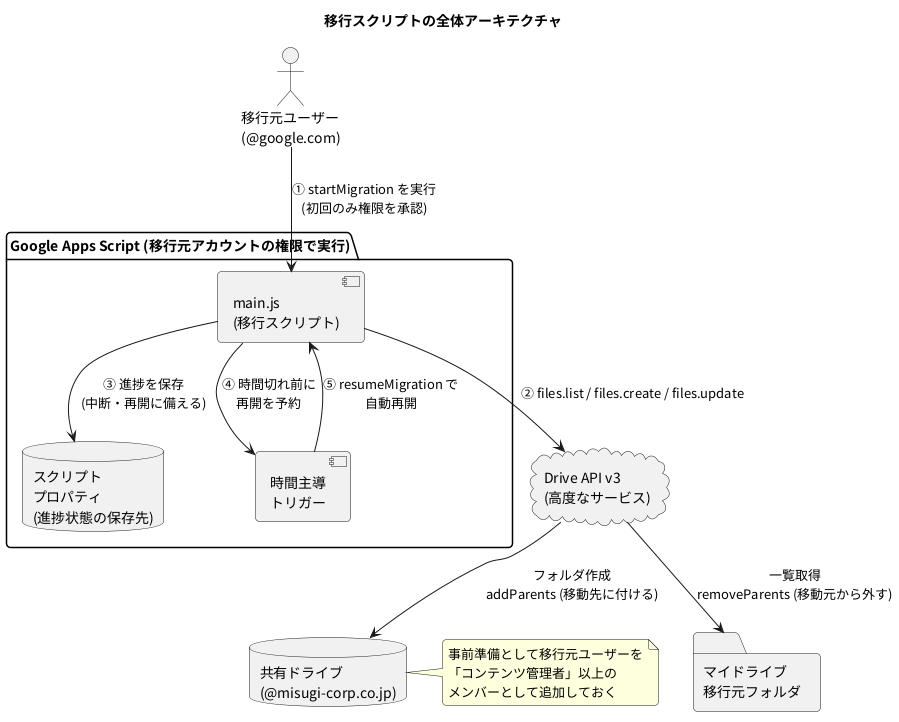
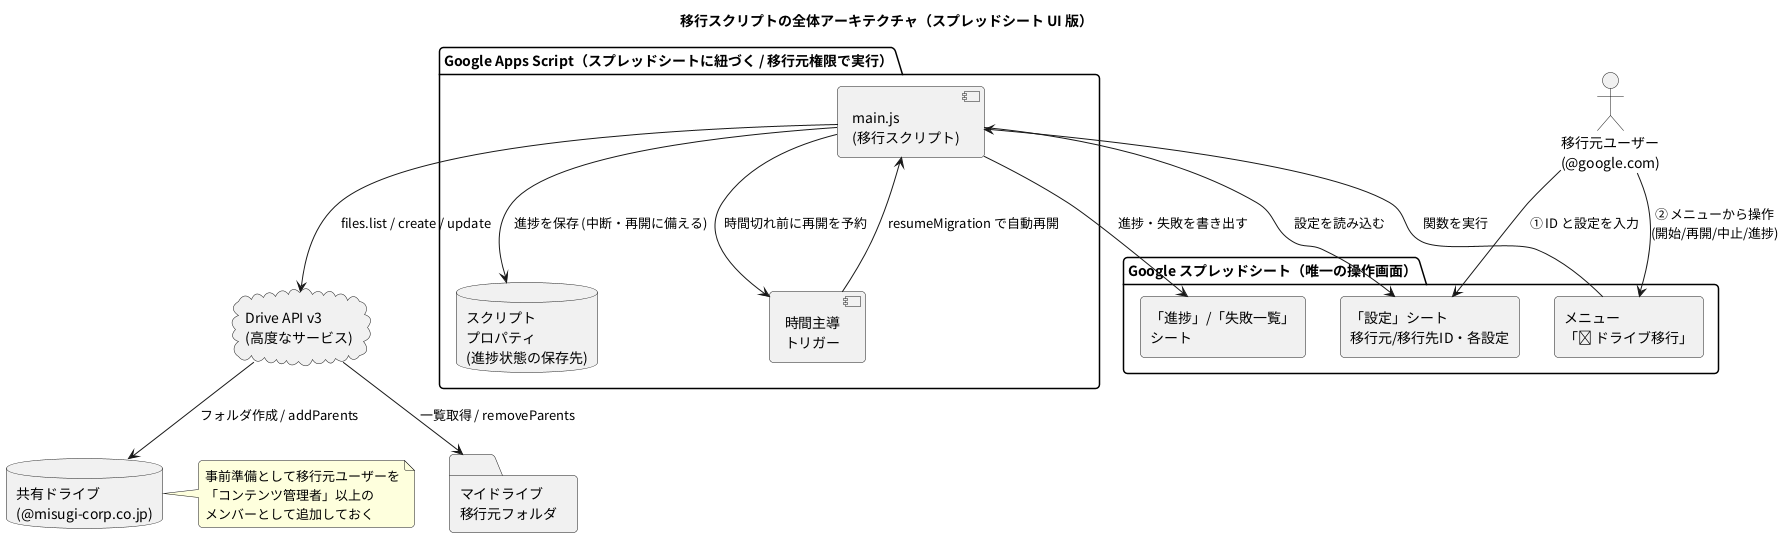
@startuml 02_architecture
skinparam defaultFontName "Noto Sans CJK JP"
skinparam shadowing false
skinparam roundCorner 8
- title 移行スクリプトの全体アーキテクチャ
+ title 移行スクリプトの全体アーキテクチャ（スプレッドシート UI 版）

actor "移行元ユーザー\n(@google.com)" as user

- package "Google Apps Script (移行元アカウントの権限で実行)" {
+ package "Google スプレッドシート（唯一の操作画面）" {
+   rectangle "メニュー\n「📁 ドライブ移行」" as menu
+   rectangle "「設定」シート\n移行元/移行先ID・各設定" as settings
+   rectangle "「進捗」/「失敗一覧」\nシート" as statusSheet
+ }
+ 
+ package "Google Apps Script（スプレッドシートに紐づく / 移行元権限で実行）" {
  component "main.js\n(移行スクリプト)" as gas
  database "スクリプト\nプロパティ\n(進捗状態の保存先)" as props
  component "時間主導\nトリガー" as trigger
}

cloud "Drive API v3\n(高度なサービス)" as api

folder "マイドライブ\n移行元フォルダ" as my
database "共有ドライブ\n(@misugi-corp.co.jp)" as sd

- user --> gas : ① startMigration を実行\n(初回のみ権限を承認)
- gas --> api : ② files.list / files.create / files.update
- api --> my : 一覧取得\nremoveParents (移動元から外す)
- api --> sd : フォルダ作成\naddParents (移動先に付ける)
- gas --> props : ③ 進捗を保存\n(中断・再開に備える)
- gas --> trigger : ④ 時間切れ前に\n再開を予約
- trigger --> gas : ⑤ resumeMigration で\n自動再開
+ user --> settings : ① ID と設定を入力
+ user --> menu : ② メニューから操作\n(開始/再開/中止/進捗)
+ menu --> gas : 関数を実行
+ gas --> settings : 設定を読み込む
+ gas --> statusSheet : 進捗・失敗を書き出す
+ gas --> api : files.list / create / update
+ api --> my : 一覧取得 / removeParents
+ api --> sd : フォルダ作成 / addParents
+ gas --> props : 進捗を保存 (中断・再開に備える)
+ gas --> trigger : 時間切れ前に再開を予約
+ trigger --> gas : resumeMigration で自動再開

note right of sd
  事前準備として移行元ユーザーを
  「コンテンツ管理者」以上の
  メンバーとして追加しておく
end note
@enduml
